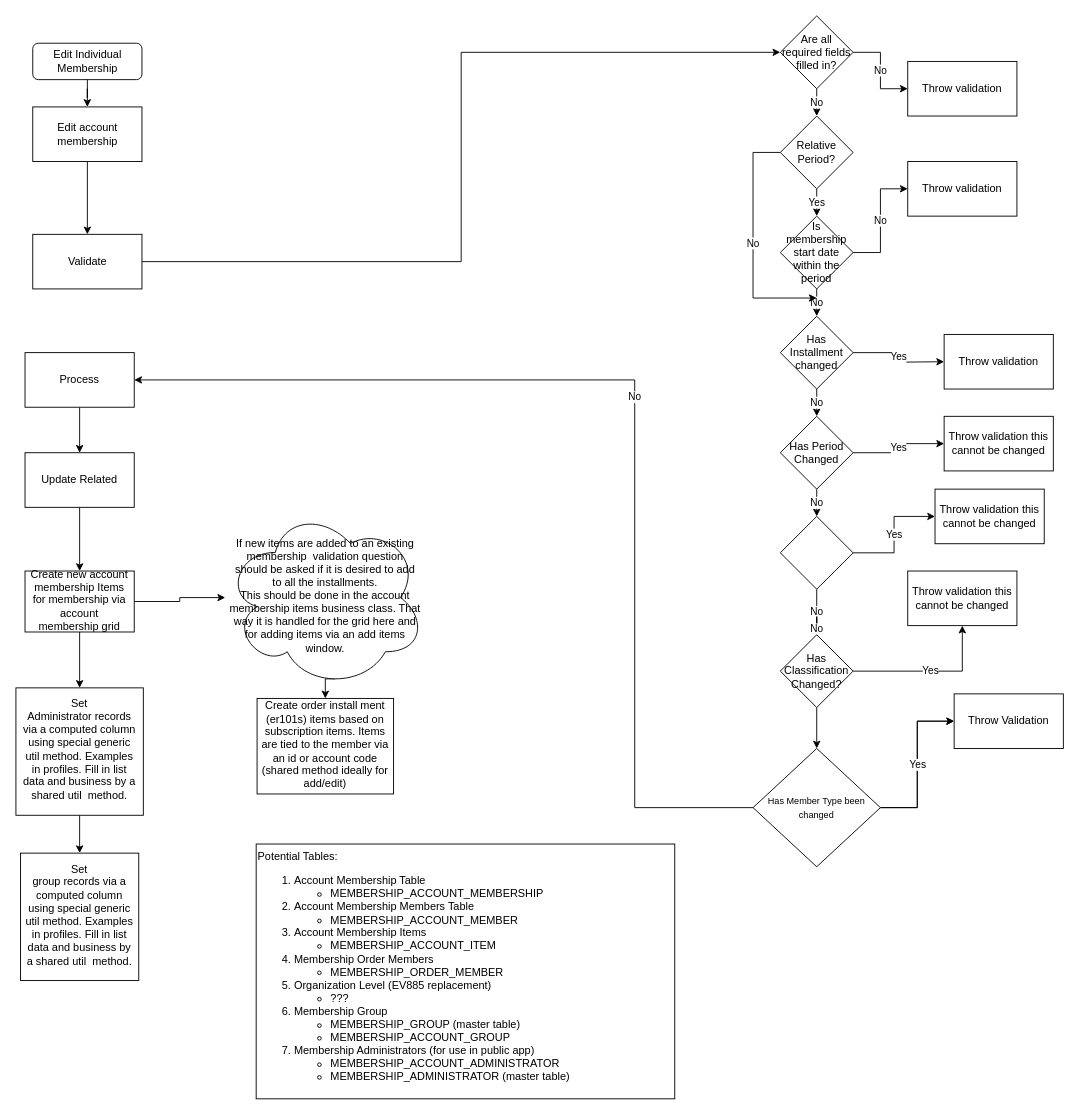
Before: MembershipEditIndividualWorkFlow.drawio in shelbyharris/Membership, a draw.io diagram. Source tidied: cells renumbered, new cells numbered last; positions are measured from the earlier drawing's top-left corner, leaving out a move shared by most shapes. Both pictures are drawn from the tidied source at 91%, with x=0, y=0 at pixel (15, 15).
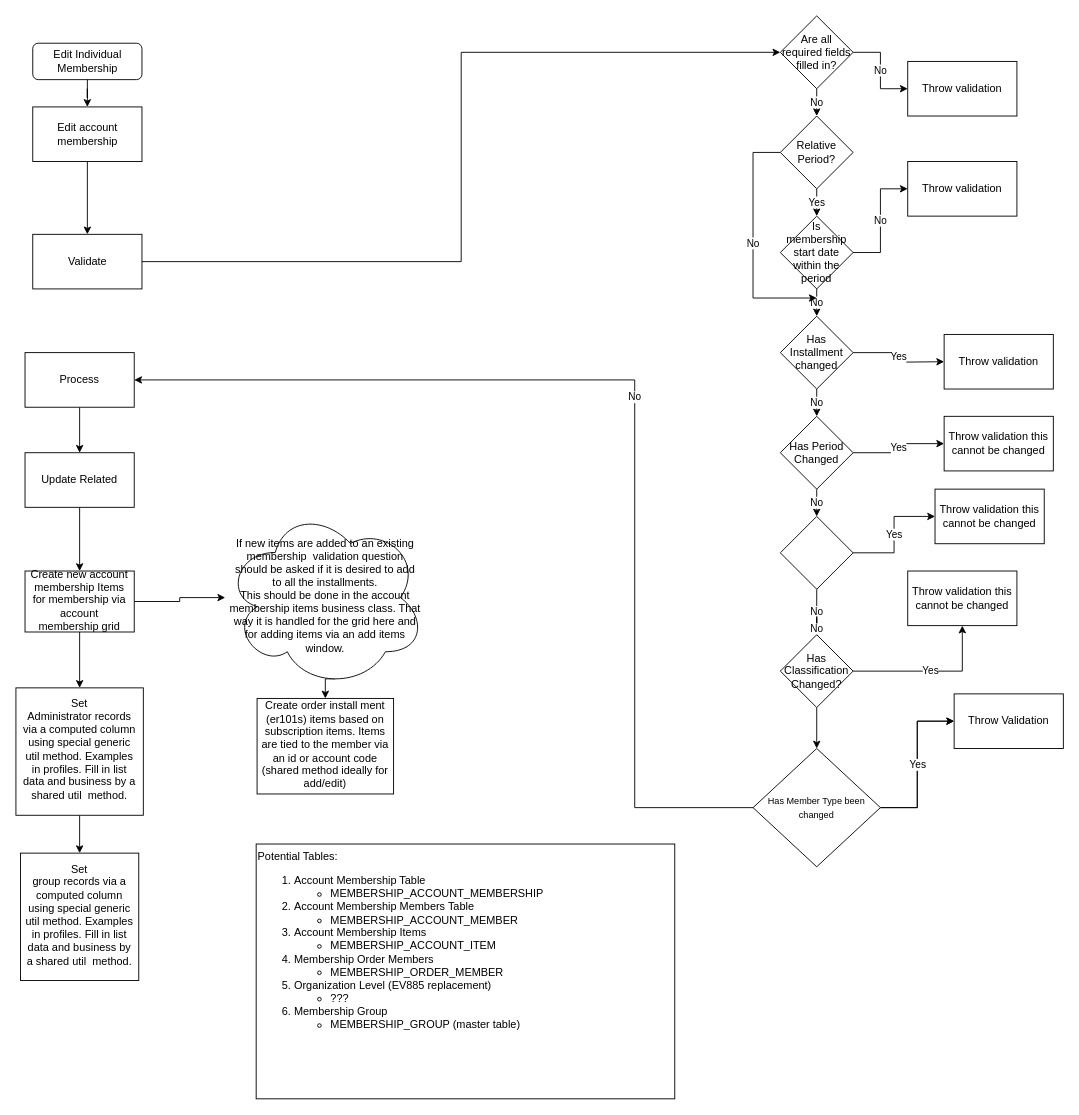
After the change.

Diff of the diagram source:
```diff
@@
-    <mxCell id="54" value="Potential Tables:&lt;br&gt;&lt;ol&gt;&lt;li&gt;Account Membership Table&lt;br&gt;&lt;/li&gt;&lt;ul&gt;&lt;li&gt;&lt;span&gt;MEMBERSHIP_ACCOUNT_MEMBERSHIP&lt;/span&gt;&lt;/li&gt;&lt;/ul&gt;&lt;li&gt;Account Membership Members Table&lt;/li&gt;&lt;ul&gt;&lt;li&gt;&lt;span&gt;MEMBERSHIP_ACCOUNT_MEMBER&lt;/span&gt;&lt;/li&gt;&lt;/ul&gt;&lt;li&gt;Account Membership Items&lt;/li&gt;&lt;ul&gt;&lt;li&gt;MEMBERSHIP_ACCOUNT_ITEM&lt;/li&gt;&lt;/ul&gt;&lt;li&gt;Membership Order Members&lt;/li&gt;&lt;ul&gt;&lt;li&gt;&lt;span&gt;MEMBERSHIP_ORDER_MEMBER&lt;/span&gt;&lt;/li&gt;&lt;/ul&gt;&lt;li&gt;Organization Level (EV885 replacement)&lt;/li&gt;&lt;ul&gt;&lt;li&gt;???&lt;/li&gt;&lt;/ul&gt;&lt;li&gt;Membership Group&lt;/li&gt;&lt;ul&gt;&lt;li&gt;MEMBERSHIP_GROUP (master table)&lt;/li&gt;&lt;li&gt;MEMBERSHIP_ACCOUNT_GROUP&lt;/li&gt;&lt;/ul&gt;&lt;li&gt;Membership Administrators (for use in public app)&lt;/li&gt;&lt;ul&gt;&lt;li&gt;MEMBERSHIP_ACCOUNT_ADMINISTRATOR&lt;/li&gt;&lt;li&gt;MEMBERSHIP_ADMINISTRATOR (master table)&lt;/li&gt;&lt;/ul&gt;&lt;/ol&gt;" style="rounded=0;whiteSpace=wrap;html=1;align=left;horizontal=1;verticalAlign=top;" parent="1" vertex="1">
+    <mxCell id="54" value="Potential Tables:&lt;br&gt;&lt;ol&gt;&lt;li&gt;Account Membership Table&lt;br&gt;&lt;/li&gt;&lt;ul&gt;&lt;li&gt;&lt;span&gt;MEMBERSHIP_ACCOUNT_MEMBERSHIP&lt;/span&gt;&lt;/li&gt;&lt;/ul&gt;&lt;li&gt;Account Membership Members Table&lt;/li&gt;&lt;ul&gt;&lt;li&gt;&lt;span&gt;MEMBERSHIP_ACCOUNT_MEMBER&lt;/span&gt;&lt;/li&gt;&lt;/ul&gt;&lt;li&gt;Account Membership Items&lt;/li&gt;&lt;ul&gt;&lt;li&gt;MEMBERSHIP_ACCOUNT_ITEM&lt;/li&gt;&lt;/ul&gt;&lt;li&gt;Membership Order Members&lt;/li&gt;&lt;ul&gt;&lt;li&gt;&lt;span&gt;MEMBERSHIP_ORDER_MEMBER&lt;/span&gt;&lt;/li&gt;&lt;/ul&gt;&lt;li&gt;Organization Level (EV885 replacement)&lt;/li&gt;&lt;ul&gt;&lt;li&gt;???&lt;/li&gt;&lt;/ul&gt;&lt;li&gt;Membership Group&lt;/li&gt;&lt;ul&gt;&lt;li&gt;MEMBERSHIP_GROUP (master table)&lt;/li&gt;&lt;/ul&gt;&lt;/ol&gt;" style="rounded=0;whiteSpace=wrap;html=1;align=left;horizontal=1;verticalAlign=top;" parent="1" vertex="1">
       <mxGeometry x="264" y="910" width="460" height="280" as="geometry" />
     </mxCell>
```
